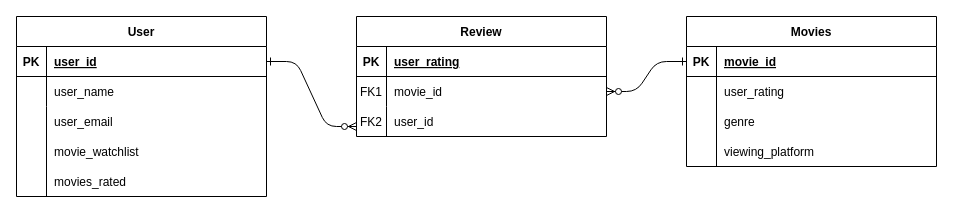
This is Untitled Diagram.drawio from boldybread/T2A2_Movie_API, a draw.io file, before an edit. Source tidied: cells renumbered, new cells numbered last; positions are measured from the earlier drawing's top-left corner, leaving out a move shared by most shapes. Both pictures are drawn from the tidied source at 100%, with x=0, y=0 at pixel (16, 16).
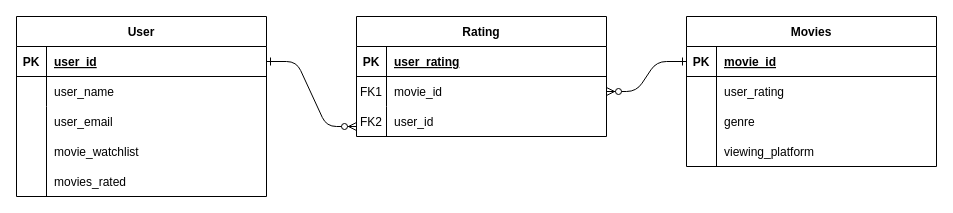
The same diagram, later.

Diff of the diagram source:
```diff
@@
-    <mxCell id="11" value="Review" style="shape=table;startSize=30;childLayout=tableLayout;rowLines=0;fontStyle=1;align=center;" parent="1" vertex="1">
+    <mxCell id="11" value="Rating" style="shape=table;startSize=30;childLayout=tableLayout;rowLines=0;fontStyle=1;align=center;" parent="1" vertex="1">
       <mxGeometry x="340" width="250" height="120" as="geometry" />
     </mxCell>
```
